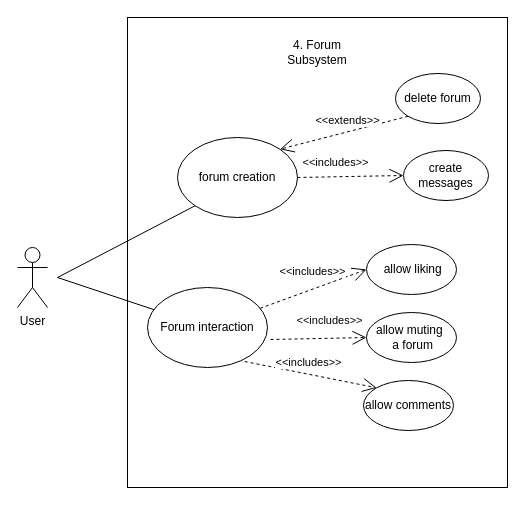
The draw.io diagram docs/use-case-diagrams/Forums.drawio in COS301-SE-2024/TailWaggr, before the edit. Source tidied: cells renumbered, new cells numbered last; positions are measured from the earlier drawing's top-left corner, leaving out a move shared by most shapes. Both pictures are drawn from the tidied source at 100%, with x=0, y=0 at pixel (17, 17).
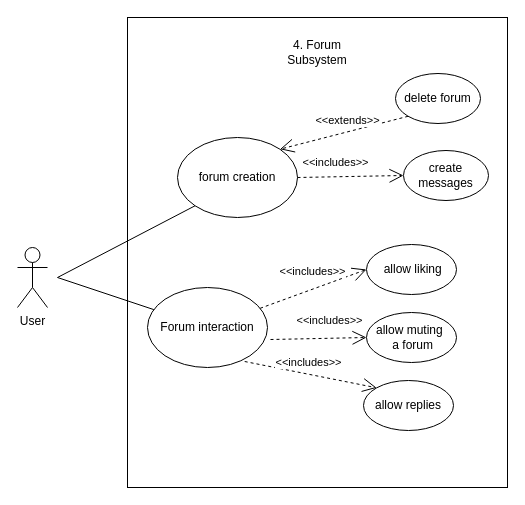
The same page after the edit.

Change to the diagram source:
```diff
@@
-    <mxCell id="14" value="allow comments" style="ellipse;whiteSpace=wrap;html=1;" parent="1" vertex="1">
+    <mxCell id="14" value="allow replies" style="ellipse;whiteSpace=wrap;html=1;" parent="1" vertex="1">
       <mxGeometry x="346" y="363" width="90" height="50" as="geometry" />
     </mxCell>
```
